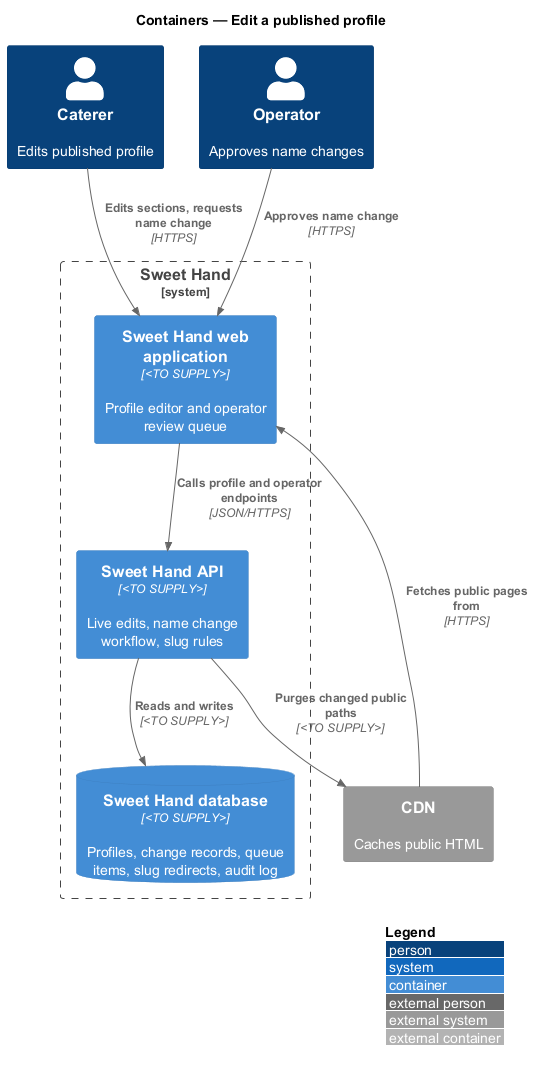
Before: docs/detailed-designs/caterer-profiles/edit-published-profile/diagrams/c4-container.png, a diagram exported from PlantUML (QuinntyneBrown/sweet-hand).
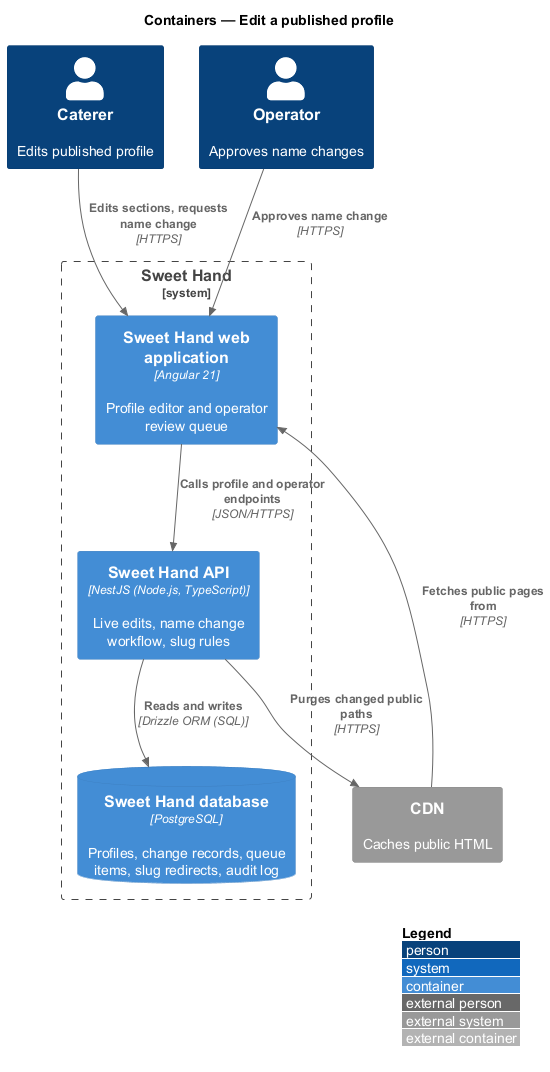
After the commit.

Change to the diagram source:
```diff
@@ -6,16 +6,16 @@
 Person(caterer, "Caterer", "Edits published profile")
 Person(operator, "Operator", "Approves name changes")
 System_Boundary(sweethand, "Sweet Hand") {
-  Container(web, "Sweet Hand web application", "<TO SUPPLY>", "Profile editor and operator review queue")
-  Container(api, "Sweet Hand API", "<TO SUPPLY>", "Live edits, name change workflow, slug rules")
-  ContainerDb(db, "Sweet Hand database", "<TO SUPPLY>", "Profiles, change records, queue items, slug redirects, audit log")
+  Container(web, "Sweet Hand web application", "Angular 21", "Profile editor and operator review queue")
+  Container(api, "Sweet Hand API", "NestJS (Node.js, TypeScript)", "Live edits, name change workflow, slug rules")
+  ContainerDb(db, "Sweet Hand database", "PostgreSQL", "Profiles, change records, queue items, slug redirects, audit log")
 }
 System_Ext(cdn, "CDN", "Caches public HTML")
 
 Rel(caterer, web, "Edits sections, requests name change", "HTTPS")
 Rel(operator, web, "Approves name change", "HTTPS")
 Rel(web, api, "Calls profile and operator endpoints", "JSON/HTTPS")
-Rel(api, db, "Reads and writes", "<TO SUPPLY>")
-Rel(api, cdn, "Purges changed public paths", "<TO SUPPLY>")
+Rel(api, db, "Reads and writes", "Drizzle ORM (SQL)")
+Rel(api, cdn, "Purges changed public paths", "HTTPS")
 Rel(cdn, web, "Fetches public pages from", "HTTPS")
 @enduml
```
